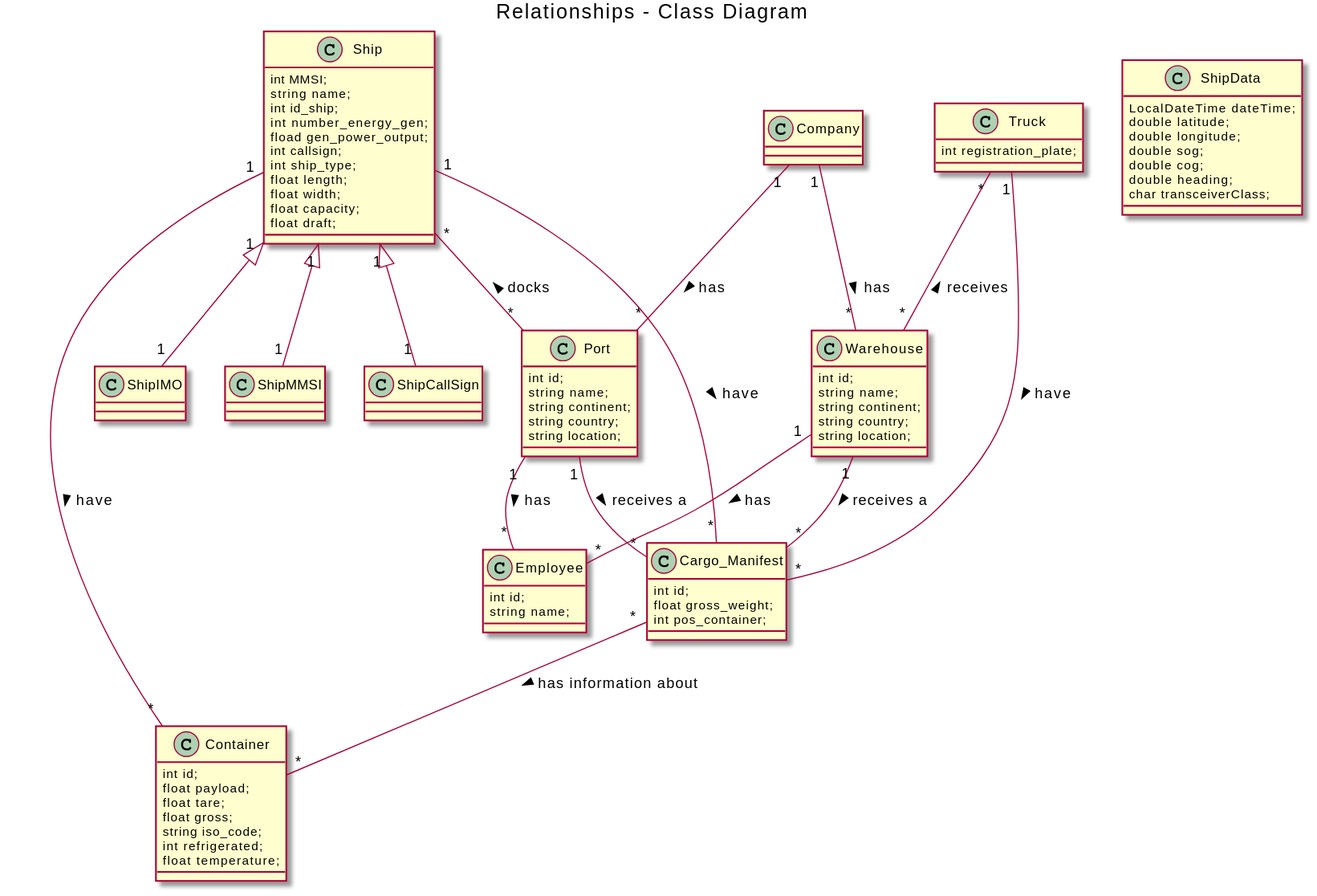
Earlier version of the PlantUML export docs/Sprint 1/DM.svg (rui-goncalo/LAPR3).
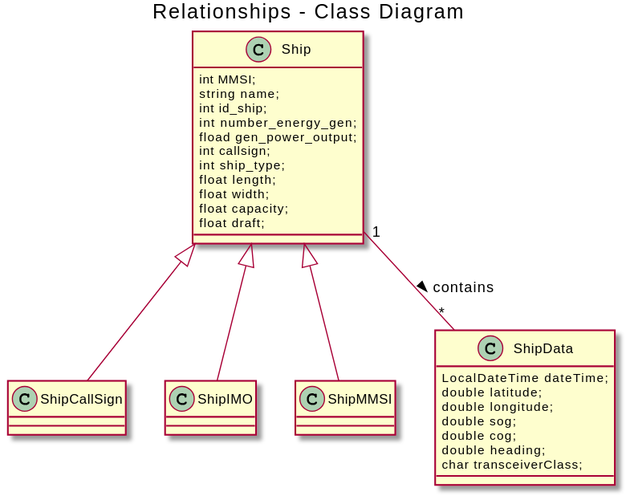
After the change.

Commit message:
<G103-1> Updated Domain Model

The edit, as a diff of the source:
```diff
@@ -1,23 +1,5 @@
 @startuml
 title Relationships - Class Diagram
-
-class Company
-
-class Container {
-int id;
-float payload;
-float tare;
-float gross;
-string iso_code;
-int refrigerated;
-float temperature;
-}
-
-class Cargo_Manifest {
-int id;
-float gross_weight;
-int pos_container;
-}
 
 class Ship {
 int MMSI;
@@ -51,44 +33,8 @@
 char transceiverClass;
 }
 
-class Truck {
-int registration_plate;
-}
-
-class Port {
-int id;
-string name;
-string continent;
-string country;
-string location;
-}
-
-class Warehouse {
-int id;
-string name;
-string continent;
-string country;
-string location;
-}
-
-class Employee {
-int id;
-string name;
-}
-
-Company "1" -- "*" Port: has >
-Company "1" -- "*" Warehouse: has >
-Port "1" -- "*" Cargo_Manifest: receives a >
-Warehouse "1" -- "*" Cargo_Manifest: receives a >
-Cargo_Manifest "*" -- "*" Container: has information about >
-Ship "1" -- "*" Container: have >
-Ship "1" -- "*" Cargo_Manifest: have >
-Ship "*" -- "*" Port: docks <
-Truck "*" -- "*" Warehouse: receives <
-Truck "1" -- "*" Cargo_Manifest: have >
-Port "1" -- "*" Employee: has >
-Warehouse "1" -- "*" Employee: has >
-Ship "1" <|-- "1" ShipIMO
-Ship "1" <|-- "1" ShipCallSign
-Ship "1" <|-- "1" ShipMMSI
+Ship <|-- ShipIMO
+Ship <|-- ShipCallSign
+Ship <|-- ShipMMSI
+Ship "1" -- "*" ShipData: contains >
 @enduml
```
